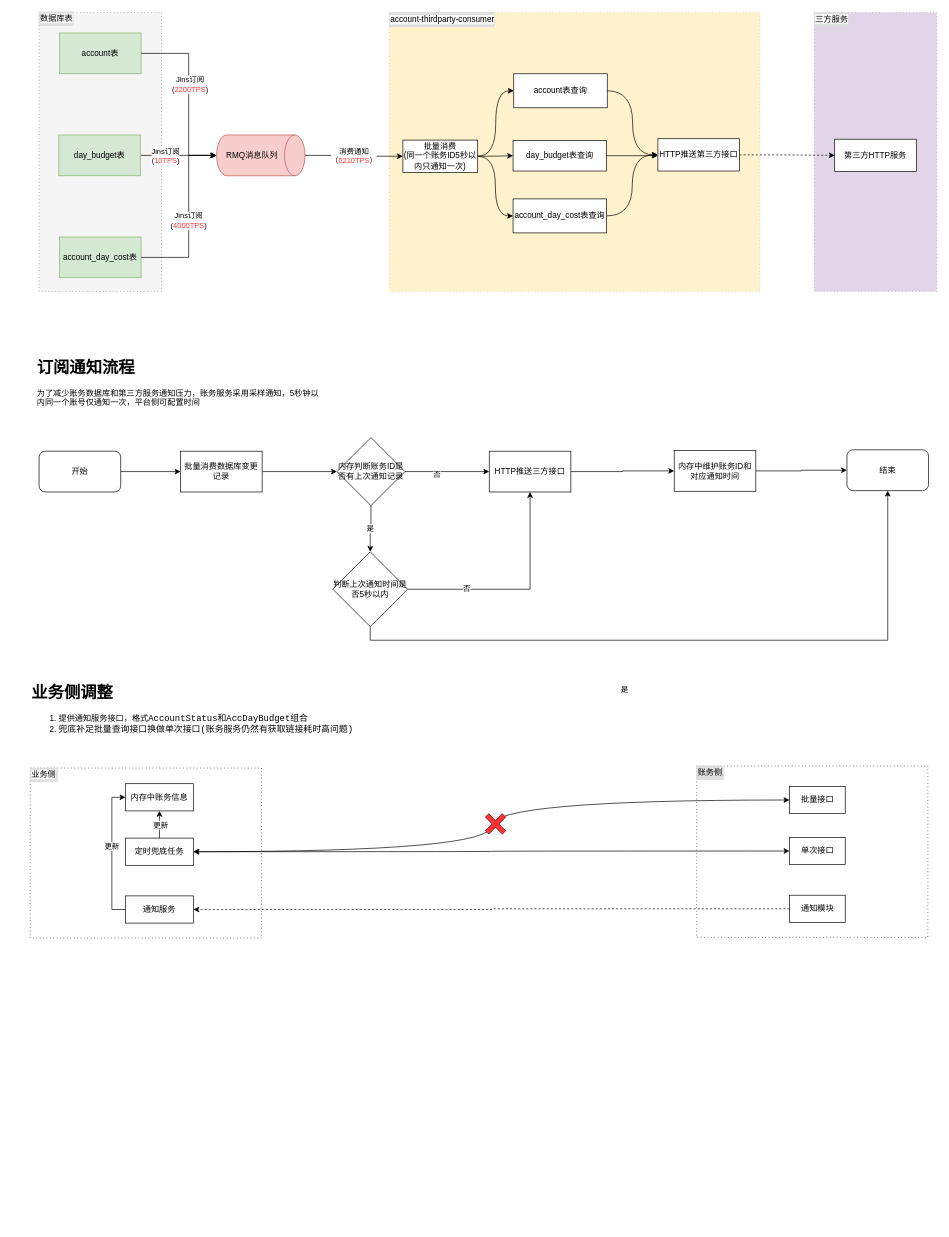
qiangyin/zipkin-server keeps this draw.io diagram as 账务变更通知架构图.drawio. Above is the earlier version. Source tidied: cells renumbered, new cells numbered last; positions are measured from the earlier drawing's top-left corner, leaving out a move shared by most shapes. Both pictures are drawn from the tidied source at 68%, with x=0, y=0 at pixel (30, 12).
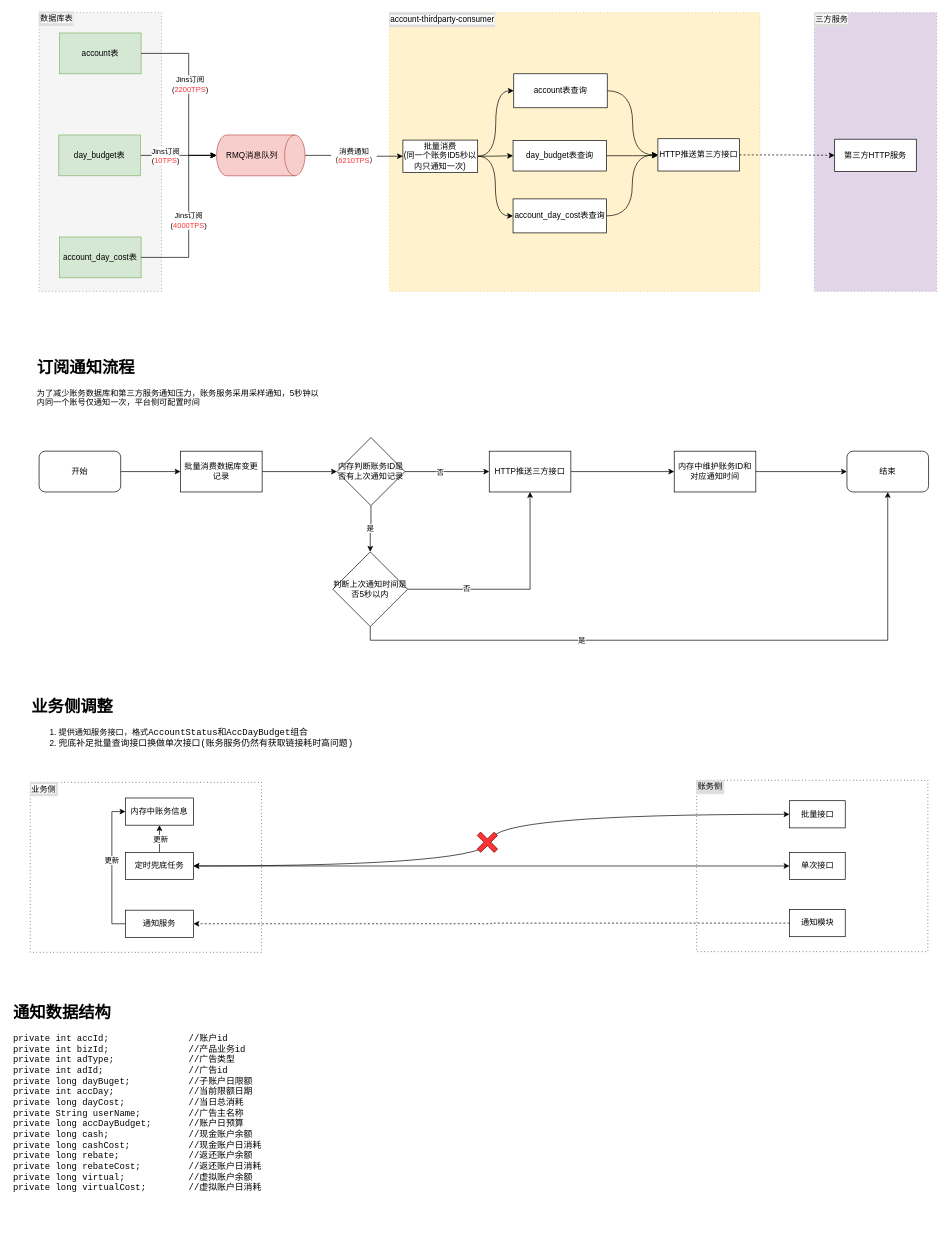
The same diagram, later.

Commit message:
更新账务变更通知架构图.drawio

The change refers to these unchanged cells:
```xml
<mxCell id="36" style="edgeStyle=orthogonalEdgeStyle;rounded=0;jettySize=auto;html=1;exitX=1;exitY=0.5;exitDx=0;exitDy=0;entryX=0;entryY=0.5;entryDx=0;entryDy=0;" parent="1" edge="1" source="39" target="47">
  <mxGeometry relative="1" as="geometry" />
</mxCell>
<mxCell id="43" style="edgeStyle=orthogonalEdgeStyle;rounded=0;jettySize=auto;html=1;exitX=0.5;exitY=1;exitDx=0;exitDy=0;entryX=0.5;entryY=1;entryDx=0;entryDy=0;" parent="1" edge="1" source="45" target="40">
  <mxGeometry relative="1" as="geometry" />
</mxCell>
```

What changed in the source:
```diff
@@
     <mxCell id="37" value="否" style="edgeLabel;html=1;align=center;verticalAlign=middle;" parent="36" vertex="1">
-      <mxGeometry x="-0.26" y="-3" relative="1" as="geometry" />
+      <mxGeometry x="-0.26" y="-3" relative="1" as="geometry">
+        <mxPoint x="5" y="-2" as="offset" />
+      </mxGeometry>
     </mxCell>
@@
     <mxCell id="40" value="结束" style="rounded=1;whiteSpace=wrap;html=1;" parent="1" vertex="1">
-      <mxGeometry x="1201" y="644" width="120" height="60" as="geometry" />
+      <mxGeometry x="1201" y="646" width="120" height="60" as="geometry" />
     </mxCell>
@@
     <mxCell id="44" value="是" style="edgeLabel;html=1;align=center;verticalAlign=middle;" parent="43" vertex="1">
       <mxGeometry x="-0.23" y="-5" relative="1" as="geometry">
-        <mxPoint x="8" y="66" as="offset" />
+        <mxPoint x="-55" y="-6" as="offset" />
       </mxGeometry>
     </mxCell>
@@
     <mxCell id="49" value="内存中维护账务ID和对应通知时间" style="whiteSpace=wrap;html=1;" parent="1" vertex="1">
-      <mxGeometry x="947" y="645" width="120" height="60" as="geometry" />
+      <mxGeometry x="947" y="646" width="120" height="60" as="geometry" />
     </mxCell>
@@
     <mxCell id="51" style="rounded=0;whiteSpace=wrap;html=1;dashed=1;dashPattern=1 4;" parent="1" vertex="1">
-      <mxGeometry y="1112" width="340" height="250" as="geometry" />
+      <mxGeometry y="1133" width="340" height="250" as="geometry" />
     </mxCell>
     <mxCell id="52" value="&lt;span style=&quot;color: rgb(0, 0, 0); font-family: Helvetica; font-size: 12px; font-style: normal; font-variant-ligatures: normal; font-variant-caps: normal; font-weight: 400; letter-spacing: normal; orphans: 2; text-indent: 0px; text-transform: none; widows: 2; word-spacing: 0px; -webkit-text-stroke-width: 0px; white-space: normal; background-color: rgb(251, 251, 251); text-decoration-thickness: initial; text-decoration-style: initial; text-decoration-color: initial; float: none; display: inline !important;&quot;&gt;业务侧&lt;/span&gt;" style="text;html=1;align=left;verticalAlign=middle;whiteSpace=wrap;rounded=0;fillColor=#DEDEDE;strokeColor=#DEDEDE;fontColor=#333333;" parent="1" vertex="1">
-      <mxGeometry y="1112" width="40" height="20" as="geometry" />
+      <mxGeometry y="1133" width="40" height="20" as="geometry" />
     </mxCell>
     <mxCell id="53" style="rounded=0;whiteSpace=wrap;html=1;dashed=1;dashPattern=1 4;" parent="1" vertex="1">
-      <mxGeometry x="980" y="1109" width="340" height="252" as="geometry" />
+      <mxGeometry x="980" y="1130" width="340" height="252" as="geometry" />
     </mxCell>
     <mxCell id="54" value="&lt;font color=&quot;#000000&quot;&gt;账务侧&lt;/font&gt;" style="text;html=1;align=left;verticalAlign=middle;whiteSpace=wrap;rounded=0;fillColor=#DEDEDE;strokeColor=#DEDEDE;fontColor=#333333;" parent="1" vertex="1">
-      <mxGeometry x="980" y="1109" width="40" height="20" as="geometry" />
+      <mxGeometry x="980" y="1130" width="40" height="20" as="geometry" />
     </mxCell>
@@
     <mxCell id="58" value="定时兜底任务" style="rounded=0;whiteSpace=wrap;html=1;" parent="1" vertex="1">
-      <mxGeometry x="140" y="1215" width="100" height="40" as="geometry" />
+      <mxGeometry x="140" y="1236" width="100" height="40" as="geometry" />
     </mxCell>
     <mxCell id="59" value="内存中账务信息" style="rounded=0;whiteSpace=wrap;html=1;" parent="1" vertex="1">
-      <mxGeometry x="140" y="1135" width="100" height="40" as="geometry" />
+      <mxGeometry x="140" y="1156" width="100" height="40" as="geometry" />
     </mxCell>
@@
     <mxCell id="62" value="通知服务" style="rounded=0;whiteSpace=wrap;html=1;" parent="1" vertex="1">
-      <mxGeometry x="140" y="1300" width="100" height="40" as="geometry" />
+      <mxGeometry x="140" y="1321" width="100" height="40" as="geometry" />
     </mxCell>
@@
     <mxCell id="64" value="批量接口" style="rounded=0;whiteSpace=wrap;html=1;" parent="1" vertex="1">
-      <mxGeometry x="1116.5" y="1139" width="82" height="40" as="geometry" />
+      <mxGeometry x="1116.5" y="1160" width="82" height="40" as="geometry" />
     </mxCell>
     <mxCell id="65" value="单次接口" style="rounded=0;whiteSpace=wrap;html=1;" parent="1" vertex="1">
-      <mxGeometry x="1116.5" y="1214" width="82" height="40" as="geometry" />
+      <mxGeometry x="1116.5" y="1236" width="82" height="40" as="geometry" />
     </mxCell>
@@
     <mxCell id="67" value="通知模块" style="rounded=0;whiteSpace=wrap;html=1;" parent="1" vertex="1">
-      <mxGeometry x="1116.5" y="1299" width="82" height="40" as="geometry" />
+      <mxGeometry x="1116.5" y="1320" width="82" height="40" as="geometry" />
     </mxCell>
     <mxCell id="68" style="shape=cross;whiteSpace=wrap;html=1;rotation=45;fillColor=#FF3333;fontColor=#ffffff;strokeColor=#6F0000;" parent="1" vertex="1">
-      <mxGeometry x="666.6" y="1176.6" width="35.3" height="35" as="geometry" />
+      <mxGeometry x="654.6" y="1203.6" width="35.3" height="35" as="geometry" />
     </mxCell>
     <mxCell id="69" value="&lt;h1 style=&quot;margin-top: 0px;&quot;&gt;业务侧调整&lt;/h1&gt;&lt;p&gt;&lt;/p&gt;&lt;ol&gt;&lt;li&gt;提供通知服务接口，格式&lt;span style=&quot;background-color: rgb(255, 255, 255); font-family: &amp;quot;JetBrains Mono&amp;quot;, monospace; font-size: 9.8pt; color: light-dark(rgb(0, 0, 0), rgb(255, 255, 255));&quot;&gt;AccountStatus和&lt;/span&gt;&lt;span style=&quot;background-color: rgb(255, 255, 255); font-family: &amp;quot;JetBrains Mono&amp;quot;, monospace; font-size: 9.8pt; color: light-dark(rgb(0, 0, 0), rgb(255, 255, 255));&quot;&gt;AccDayBudget组合&lt;/span&gt;&lt;/li&gt;&lt;li&gt;&lt;span style=&quot;background-color: rgb(255, 255, 255); font-family: &amp;quot;JetBrains Mono&amp;quot;, monospace; font-size: 9.8pt; color: light-dark(rgb(0, 0, 0), rgb(255, 255, 255));&quot;&gt;兜底补足批量查询接口换做单次接口(账务服务仍然有获取链接耗时高问题)&lt;/span&gt;&lt;/li&gt;&lt;/ol&gt;&lt;p&gt;&lt;/p&gt;" style="text;html=1;whiteSpace=wrap;overflow=hidden;rounded=0;" parent="1" vertex="1">
-      <mxGeometry y="980" width="493" height="121" as="geometry" />
+      <mxGeometry y="1001" width="493" height="121" as="geometry" />
     </mxCell>
+    <mxCell id="70" value="&lt;h1 style=&quot;margin-top: 0px;&quot;&gt;通知数据结构&lt;/h1&gt;&lt;pre style=&quot;background-color: rgb(255, 255, 255);&quot;&gt;&lt;font face=&quot;JetBrains Mono, monospace&quot;&gt;&lt;span style=&quot;font-size: 13.0667px;&quot;&gt;private int accId;               //账户id&lt;br&gt;private int bizId;               //产品业务id&lt;br&gt;private int adType;              //广告类型&lt;br&gt;private int adId;                //广告id&lt;br&gt;private long dayBuget;           //子账户日限额&lt;br&gt;private int accDay;              //当前限额日期&lt;br&gt;private long dayCost;            //当日总消耗 &lt;br&gt;private String userName;         //广告主名称&lt;br&gt;private long accDayBudget;       //账户日预算&lt;br&gt;private long cash;               //现金账户余额&lt;br&gt;private long cashCost;           //现金账户日消耗&lt;br&gt;private long rebate;             //返还账户余额&lt;br&gt;private long rebateCost;         //返还账户日消耗&lt;br&gt;private long virtual;            //虚拟账户余额&lt;br&gt;private long virtualCost;        //虚拟账户日消耗&lt;/span&gt;&lt;/font&gt;&lt;/pre&gt;&lt;pre style=&quot;background-color: rgb(255, 255, 255); font-family: &amp;quot;JetBrains Mono&amp;quot;, monospace; font-size: 9.8pt;&quot;&gt;&lt;span style=&quot;color: rgb(128, 128, 128); font-style: italic;&quot;&gt;&lt;br&gt;&lt;/span&gt;&lt;br&gt;&lt;/pre&gt;" style="text;html=1;whiteSpace=wrap;overflow=hidden;rounded=0;" parent="1" vertex="1">
+      <mxGeometry x="-27" y="1451" width="750" height="330" as="geometry" />
+    </mxCell>
```
